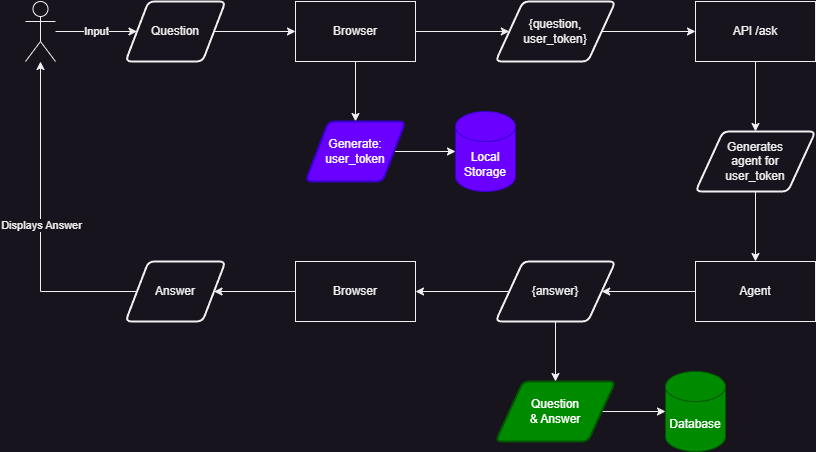
0ptim/JellyChat keeps this draw.io diagram as redme_files/process.drawio.png. Above is the earlier version. Source tidied: cells renumbered, new cells last; positions are measured from the earlier drawing's top-left corner, leaving out a move shared by most shapes.
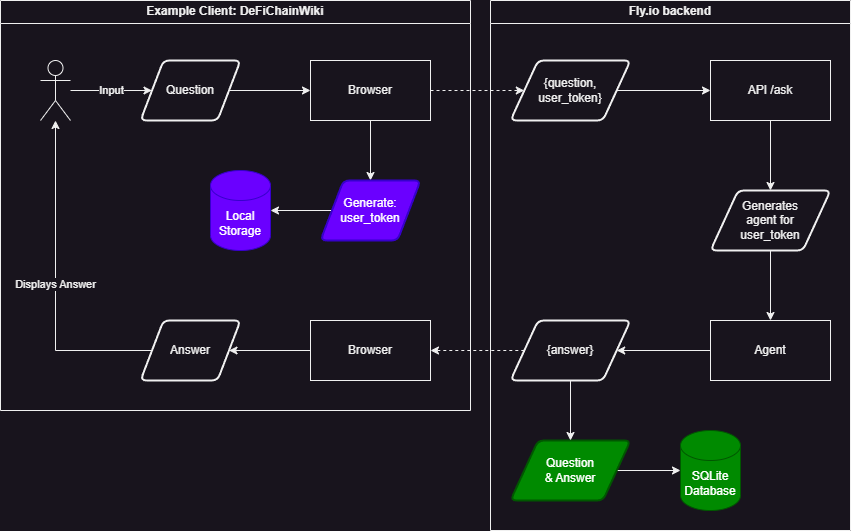
After the change.

Commit message:
Improve process diagram

The edit, as a diff of the source:
```diff
@@ -17,14 +17,14 @@
     <mxCell id="6" style="edgeStyle=orthogonalEdgeStyle;rounded=0;jettySize=auto;html=1;" parent="1" edge="1" source="8" target="21">
       <mxGeometry relative="1" as="geometry" />
     </mxCell>
-    <mxCell id="7" style="edgeStyle=orthogonalEdgeStyle;rounded=0;jettySize=auto;html=1;" parent="1" edge="1" source="8" target="22">
+    <mxCell id="7" style="edgeStyle=orthogonalEdgeStyle;rounded=0;jettySize=auto;html=1;dashed=1;" parent="1" edge="1" source="8" target="22">
       <mxGeometry relative="1" as="geometry" />
     </mxCell>
     <mxCell id="8" value="Browser" style="rounded=0;whiteSpace=wrap;html=1;" parent="1" vertex="1">
       <mxGeometry x="270" width="120" height="60" as="geometry" />
     </mxCell>
     <mxCell id="9" value="Local Storage" style="shape=cylinder3;whiteSpace=wrap;html=1;boundedLbl=1;backgroundOutline=1;size=15;fillColor=#6a00ff;fontColor=#ffffff;strokeColor=#3700CC;" parent="1" vertex="1">
-      <mxGeometry x="430" y="110" width="60" height="80" as="geometry" />
+      <mxGeometry x="170" y="110" width="60" height="80" as="geometry" />
     </mxCell>
     <mxCell id="10" style="edgeStyle=orthogonalEdgeStyle;rounded=0;jettySize=auto;html=1;" parent="1" edge="1" source="22" target="12">
       <mxGeometry relative="1" as="geometry" />
@@ -41,7 +41,7 @@
     <mxCell id="14" value="Agent" style="whiteSpace=wrap;html=1;rounded=0;" parent="1" vertex="1">
       <mxGeometry x="670" y="260" width="120" height="60" as="geometry" />
     </mxCell>
-    <mxCell id="15" value="Database" style="shape=cylinder3;whiteSpace=wrap;html=1;boundedLbl=1;backgroundOutline=1;size=15;fillColor=#008a00;fontColor=#ffffff;strokeColor=#005700;" parent="1" vertex="1">
+    <mxCell id="15" value="SQLite Database" style="shape=cylinder3;whiteSpace=wrap;html=1;boundedLbl=1;backgroundOutline=1;size=15;fillColor=#008a00;fontColor=#ffffff;strokeColor=#005700;" parent="1" vertex="1">
       <mxGeometry x="640" y="370" width="60" height="80" as="geometry" />
     </mxCell>
     <mxCell id="16" style="edgeStyle=orthogonalEdgeStyle;rounded=0;jettySize=auto;html=1;" parent="1" edge="1" source="30" target="3">
@@ -77,7 +77,7 @@
     <mxCell id="26" value="Question&lt;br&gt;&amp;amp; Answer" style="shape=parallelogram;html=1;strokeWidth=2;perimeter=parallelogramPerimeter;whiteSpace=wrap;rounded=1;arcSize=12;size=0.23;fillColor=#008a00;fontColor=#ffffff;strokeColor=#005700;" parent="1" vertex="1">
       <mxGeometry x="470" y="380" width="120" height="60" as="geometry" />
     </mxCell>
-    <mxCell id="27" style="edgeStyle=orthogonalEdgeStyle;rounded=0;jettySize=auto;html=1;" parent="1" edge="1" source="29" target="19">
+    <mxCell id="27" style="edgeStyle=orthogonalEdgeStyle;rounded=0;jettySize=auto;html=1;dashed=1;" parent="1" edge="1" source="29" target="19">
       <mxGeometry relative="1" as="geometry" />
     </mxCell>
     <mxCell id="28" style="edgeStyle=orthogonalEdgeStyle;rounded=0;jettySize=auto;html=1;" parent="1" edge="1" source="29" target="26">
@@ -89,5 +89,11 @@
     <mxCell id="30" value="Answer" style="shape=parallelogram;html=1;strokeWidth=2;perimeter=parallelogramPerimeter;whiteSpace=wrap;rounded=1;arcSize=12;size=0.23;" parent="1" vertex="1">
       <mxGeometry x="100" y="260" width="100" height="60" as="geometry" />
     </mxCell>
+    <mxCell id="31" value="Example Client: DeFiChainWiki" style="swimlane;whiteSpace=wrap;html=1;" parent="1" vertex="1">
+      <mxGeometry x="-40" y="-60" width="470" height="410" as="geometry" />
+    </mxCell>
+    <mxCell id="32" value="Fly.io backend" style="swimlane;whiteSpace=wrap;html=1;" parent="1" vertex="1">
+      <mxGeometry x="450" y="-60" width="360" height="530" as="geometry" />
+    </mxCell>
   </root>
 </mxGraphModel>
```
